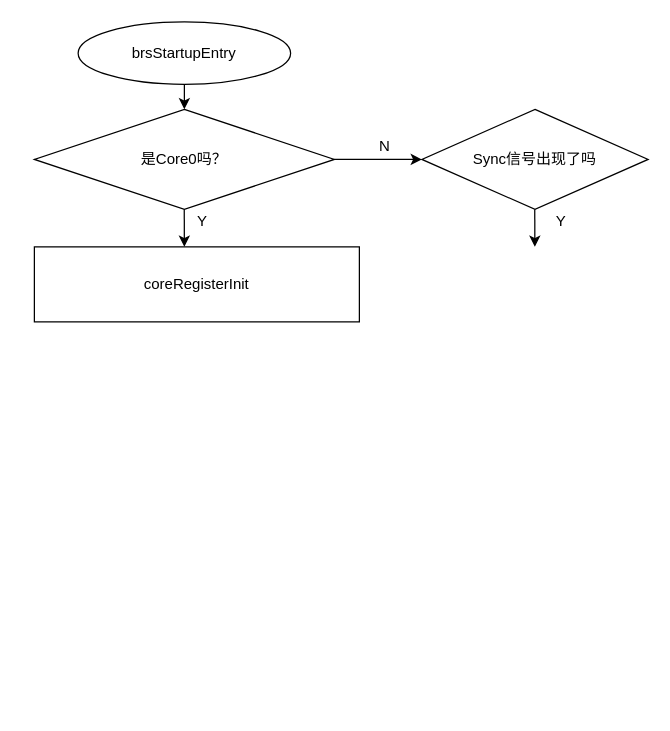
Above: Untitled Diagram.drawio in muxi01/process_scheme (draw.io), before the change. Source tidied: cells renumbered, new cells numbered last; positions are measured from the earlier drawing's top-left corner, leaving out a move shared by most shapes. Both pictures are drawn from the tidied source at 125%, with x=0, y=0 at pixel (34, 21).
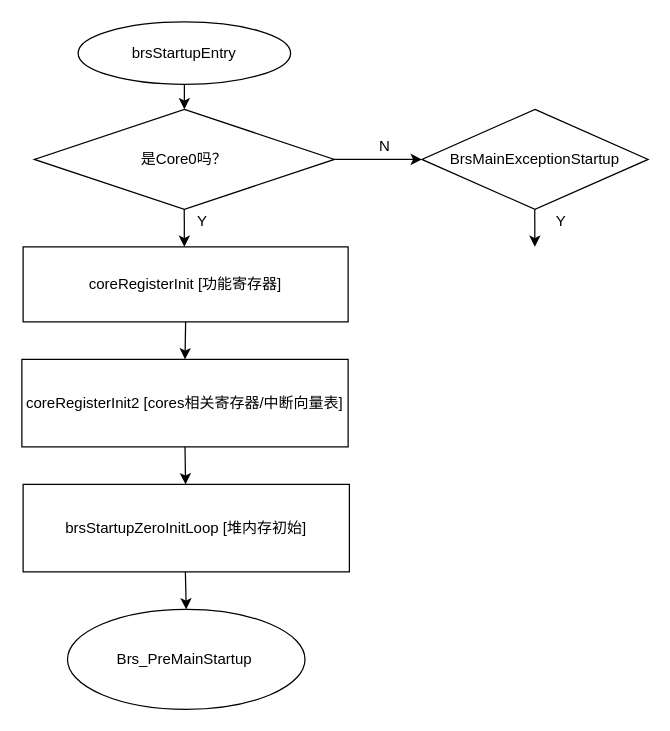
After the change.

Change to the diagram source:
```diff
@@
-    <mxCell id="5" value="coreRegisterInit" style="rounded=0;whiteSpace=wrap;html=1;" parent="1" vertex="1">
-      <mxGeometry y="180" width="260" height="60" as="geometry" />
+    <mxCell id="5" value="coreRegisterInit [功能寄存器]" style="rounded=0;whiteSpace=wrap;html=1;" parent="1" vertex="1">
+      <mxGeometry x="-9" y="180" width="260" height="60" as="geometry" />
     </mxCell>
@@
-    <mxCell id="10" value="Sync信号出现了吗" style="rhombus;whiteSpace=wrap;html=1;" parent="1" vertex="1">
+    <mxCell id="10" value="BrsMainExceptionStartup" style="rhombus;whiteSpace=wrap;html=1;" parent="1" vertex="1">
       <mxGeometry x="310" y="70" width="181" height="80" as="geometry" />
     </mxCell>
@@
+    <mxCell id="13" value="coreRegisterInit2 [cores相关寄存器/中断向量表]" style="rounded=0;whiteSpace=wrap;html=1;" parent="1" vertex="1">
+      <mxGeometry x="-10" y="270" width="261" height="70" as="geometry" />
+    </mxCell>
+    <mxCell id="14" style="endArrow=classic;html=1;rounded=0;exitX=0.5;exitY=1;exitDx=0;exitDy=0;entryX=0.5;entryY=0;entryDx=0;entryDy=0;" parent="1" edge="1" source="5" target="13">
+      <mxGeometry relative="1" as="geometry" />
+    </mxCell>
+    <mxCell id="15" value="brsStartupZeroInitLoop [堆内存初始]" style="rounded=0;whiteSpace=wrap;html=1;" parent="1" vertex="1">
+      <mxGeometry x="-9" y="370" width="261" height="70" as="geometry" />
+    </mxCell>
+    <mxCell id="16" style="endArrow=classic;html=1;rounded=0;exitX=0.5;exitY=1;exitDx=0;exitDy=0;" parent="1" edge="1" source="13" target="15">
+      <mxGeometry relative="1" as="geometry" />
+    </mxCell>
+    <mxCell id="17" value="Brs_PreMainStartup&amp;nbsp;" style="ellipse;whiteSpace=wrap;html=1;" parent="1" vertex="1">
+      <mxGeometry x="26.5" y="470" width="190" height="80" as="geometry" />
+    </mxCell>
+    <mxCell id="18" style="endArrow=classic;html=1;rounded=0;exitX=0.5;exitY=1;exitDx=0;exitDy=0;entryX=0.5;entryY=0;entryDx=0;entryDy=0;" parent="1" edge="1" target="17">
+      <mxGeometry relative="1" as="geometry">
+        <mxPoint x="120.8" y="440" as="sourcePoint" />
+      </mxGeometry>
+    </mxCell>
```
